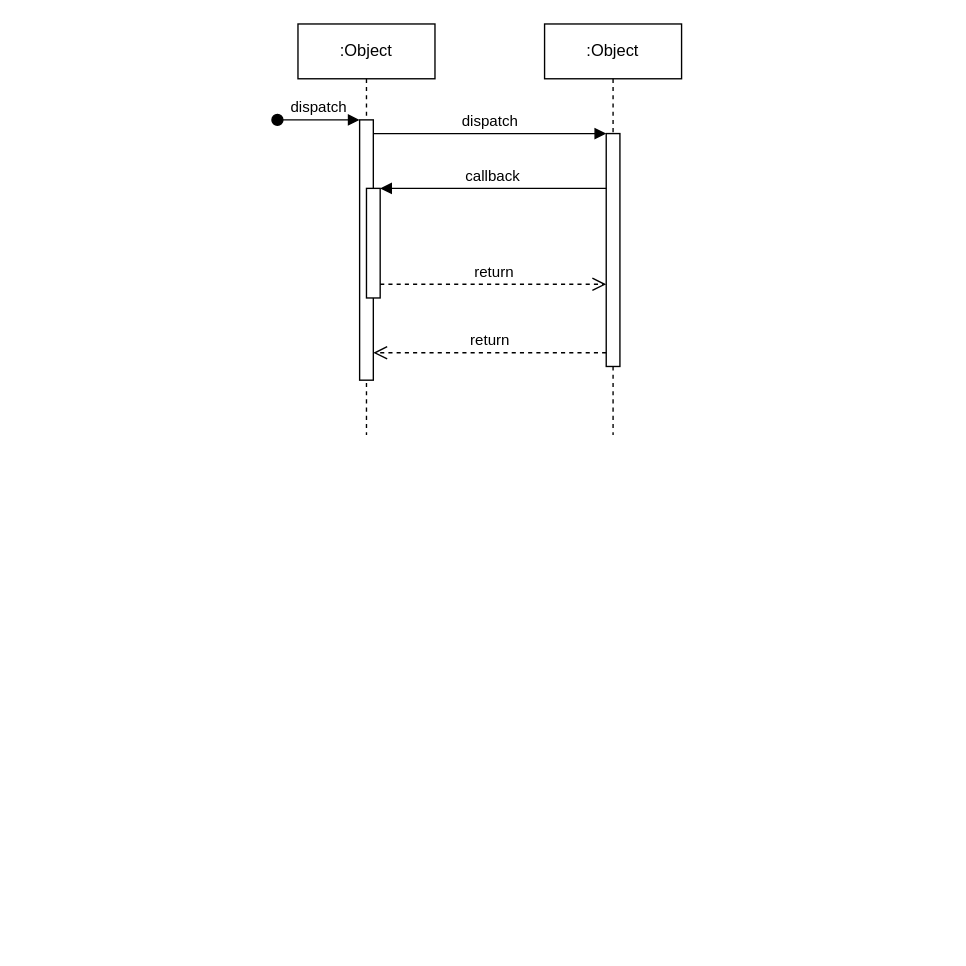
The draw.io diagram 未命名绘图.drawio in chenjiajiabianmi/drawio, before the edit. Source tidied: cells renumbered, new cells numbered last; positions are measured from the earlier drawing's top-left corner, leaving out a move shared by most shapes. Both pictures are drawn from the tidied source at 137%, with x=0, y=0 at pixel (277, 23).
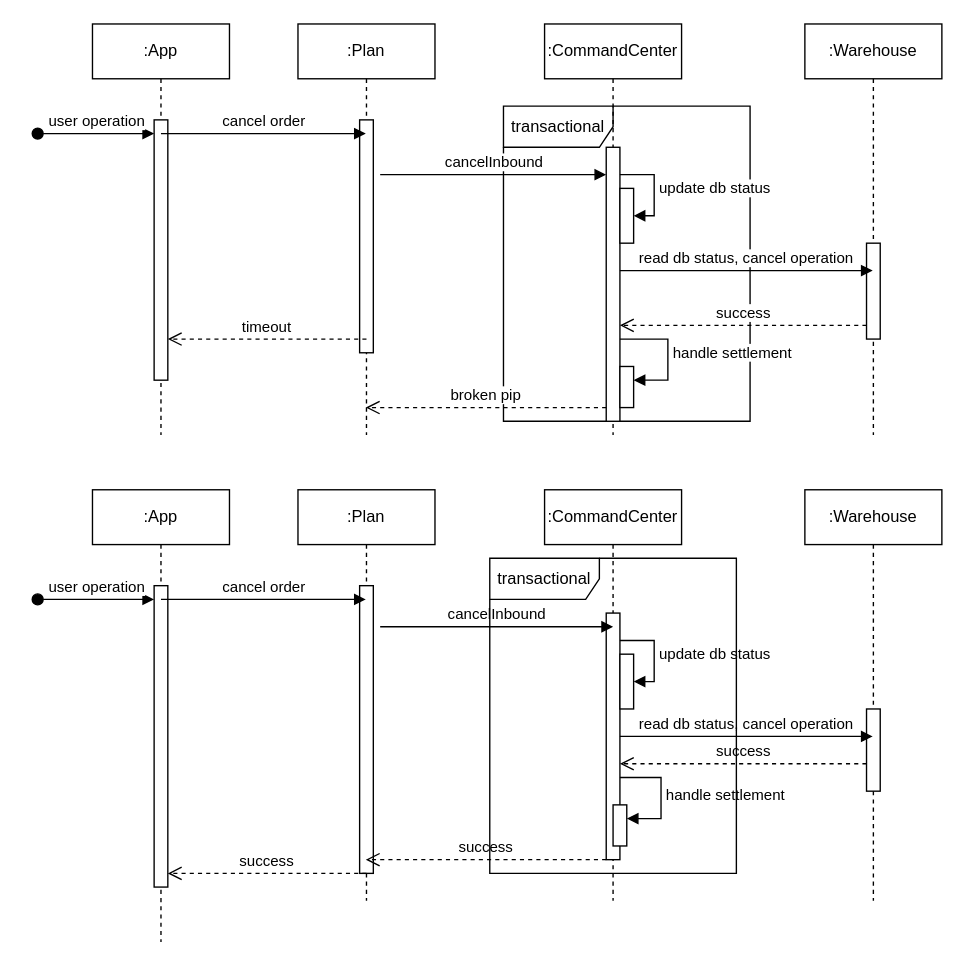
Above is the later version.

Change to the diagram source:
```diff
@@
+    <mxCell id="12" value="transactional" style="shape=umlFrame;whiteSpace=wrap;html=1;width=80;height=30;" parent="1" vertex="1">
+      <mxGeometry x="165" y="60" width="180" height="230" as="geometry" />
+    </mxCell>
-    <mxCell id="2" value=":Object" style="shape=umlLifeline;perimeter=lifelinePerimeter;whiteSpace=wrap;html=1;outlineConnect=0;portConstraint=eastwest;newEdgeStyle={&quot;edgeStyle&quot;:&quot;elbowEdgeStyle&quot;,&quot;elbow&quot;:&quot;vertical&quot;,&quot;curved&quot;:0,&quot;rounded&quot;:0};" parent="1" vertex="1">
+    <mxCell id="2" value=":Plan" style="shape=umlLifeline;perimeter=lifelinePerimeter;whiteSpace=wrap;html=1;outlineConnect=0;portConstraint=eastwest;newEdgeStyle={&quot;edgeStyle&quot;:&quot;elbowEdgeStyle&quot;,&quot;elbow&quot;:&quot;vertical&quot;,&quot;curved&quot;:0,&quot;rounded&quot;:0};" parent="1" vertex="1">
       <mxGeometry x="15" width="100" height="300" as="geometry" />
     </mxCell>
     <mxCell id="3" style="html=1;points=[];perimeter=orthogonalPerimeter;outlineConnect=0;targetShapes=umlLifeline;portConstraint=eastwest;newEdgeStyle={&quot;edgeStyle&quot;:&quot;elbowEdgeStyle&quot;,&quot;elbow&quot;:&quot;vertical&quot;,&quot;curved&quot;:0,&quot;rounded&quot;:0};" parent="2" vertex="1">
-      <mxGeometry x="45" y="70" width="10" height="190" as="geometry" />
+      <mxGeometry x="45" y="70" width="10" height="170" as="geometry" />
     </mxCell>
-    <mxCell id="4" value="dispatch" style="html=1;verticalAlign=bottom;startArrow=oval;endArrow=block;startSize=8;edgeStyle=elbowEdgeStyle;elbow=vertical;curved=0;rounded=0;" parent="2" edge="1" target="3">
-      <mxGeometry relative="1" as="geometry">
-        <mxPoint x="-15" y="70" as="sourcePoint" />
-      </mxGeometry>
-    </mxCell>
-    <mxCell id="5" style="html=1;points=[];perimeter=orthogonalPerimeter;outlineConnect=0;targetShapes=umlLifeline;portConstraint=eastwest;newEdgeStyle={&quot;edgeStyle&quot;:&quot;elbowEdgeStyle&quot;,&quot;elbow&quot;:&quot;vertical&quot;,&quot;curved&quot;:0,&quot;rounded&quot;:0};" parent="2" vertex="1">
-      <mxGeometry x="50" y="120" width="10" height="80" as="geometry" />
-    </mxCell>
-    <mxCell id="6" value=":Object" style="shape=umlLifeline;perimeter=lifelinePerimeter;whiteSpace=wrap;html=1;newEdgeStyle={&quot;edgeStyle&quot;:&quot;elbowEdgeStyle&quot;,&quot;elbow&quot;:&quot;vertical&quot;,&quot;curved&quot;:0,&quot;rounded&quot;:0};" parent="1" vertex="1">
+    <mxCell id="6" value=":CommandCenter" style="shape=umlLifeline;perimeter=lifelinePerimeter;whiteSpace=wrap;html=1;newEdgeStyle={&quot;edgeStyle&quot;:&quot;elbowEdgeStyle&quot;,&quot;elbow&quot;:&quot;vertical&quot;,&quot;curved&quot;:0,&quot;rounded&quot;:0};" parent="1" vertex="1">
       <mxGeometry x="195" width="100" height="300" as="geometry" />
     </mxCell>
     <mxCell id="7" style="html=1;points=[];perimeter=orthogonalPerimeter;outlineConnect=0;targetShapes=umlLifeline;portConstraint=eastwest;newEdgeStyle={&quot;edgeStyle&quot;:&quot;elbowEdgeStyle&quot;,&quot;elbow&quot;:&quot;vertical&quot;,&quot;curved&quot;:0,&quot;rounded&quot;:0};" parent="6" vertex="1">
-      <mxGeometry x="45" y="80" width="10" height="170" as="geometry" />
+      <mxGeometry x="45" y="90" width="10" height="200" as="geometry" />
     </mxCell>
+    <mxCell id="13" style="html=1;points=[[0,0,0,0,5],[0,1,0,0,-5],[1,0,0,0,5],[1,1,0,0,-5]];perimeter=orthogonalPerimeter;outlineConnect=0;targetShapes=umlLifeline;portConstraint=eastwest;newEdgeStyle={&quot;curved&quot;:0,&quot;rounded&quot;:0};" parent="6" vertex="1">
+      <mxGeometry x="55" y="120" width="10" height="40" as="geometry" />
+    </mxCell>
+    <mxCell id="14" value="update db status" style="html=1;align=left;spacingLeft=2;endArrow=block;rounded=0;edgeStyle=orthogonalEdgeStyle;curved=0;rounded=0;" parent="6" edge="1" source="7" target="13">
+      <mxGeometry relative="1" as="geometry">
+        <Array as="points">
+          <mxPoint x="80" y="110" />
+          <mxPoint x="80" y="140" />
+        </Array>
+      </mxGeometry>
+    </mxCell>
+    <mxCell id="15" style="html=1;points=[[0,0,0,0,5],[0,1,0,0,-5],[1,0,0,0,5],[1,1,0,0,-5]];perimeter=orthogonalPerimeter;outlineConnect=0;targetShapes=umlLifeline;portConstraint=eastwest;newEdgeStyle={&quot;curved&quot;:0,&quot;rounded&quot;:0};" parent="6" vertex="1">
+      <mxGeometry x="55" y="250" width="10" height="30" as="geometry" />
+    </mxCell>
+    <mxCell id="16" value="handle settlement" style="html=1;align=left;spacingLeft=2;endArrow=block;rounded=0;edgeStyle=orthogonalEdgeStyle;curved=0;rounded=0;" parent="6" edge="1" source="7" target="15">
+      <mxGeometry relative="1" as="geometry">
+        <Array as="points">
+          <mxPoint x="90" y="230" />
+          <mxPoint x="90" y="260" />
+        </Array>
+      </mxGeometry>
+    </mxCell>
-    <mxCell id="8" value="dispatch" style="html=1;verticalAlign=bottom;endArrow=block;edgeStyle=elbowEdgeStyle;elbow=vertical;curved=0;rounded=0;" parent="1" edge="1" source="3" target="7">
+    <mxCell id="8" value="cancelInbound" style="html=1;verticalAlign=bottom;endArrow=block;edgeStyle=elbowEdgeStyle;elbow=horizontal;curved=0;rounded=0;" parent="1" edge="1" target="7">
       <mxGeometry relative="1" as="geometry">
+        <mxPoint x="75" y="110" as="sourcePoint" />
         <Array as="points">
-          <mxPoint x="155" y="80" />
+          <mxPoint x="150" y="110" />
         </Array>
       </mxGeometry>
     </mxCell>
-    <mxCell id="9" value="return" style="html=1;verticalAlign=bottom;endArrow=open;dashed=1;endSize=8;edgeStyle=elbowEdgeStyle;elbow=vertical;curved=0;rounded=0;" parent="1" edge="1" source="7" target="3">
-      <mxGeometry relative="1" as="geometry">
-        <Array as="points">
-          <mxPoint x="165" y="240" />
-        </Array>
-      </mxGeometry>
-    </mxCell>
-    <mxCell id="10" value="callback" style="html=1;verticalAlign=bottom;endArrow=block;edgeStyle=elbowEdgeStyle;elbow=vertical;curved=0;rounded=0;" parent="1" edge="1" source="7" target="5">
-      <mxGeometry relative="1" as="geometry">
-        <Array as="points">
-          <mxPoint x="165" y="120" />
-        </Array>
-      </mxGeometry>
-    </mxCell>
-    <mxCell id="11" value="return" style="html=1;verticalAlign=bottom;endArrow=open;dashed=1;endSize=8;edgeStyle=elbowEdgeStyle;elbow=vertical;curved=0;rounded=0;" parent="1" edge="1" source="5" target="7">
-      <mxGeometry relative="1" as="geometry">
-        <Array as="points">
-          <mxPoint x="155" y="190" />
-        </Array>
-      </mxGeometry>
-    </mxCell>
+    <mxCell id="17" value=":Warehouse" style="shape=umlLifeline;perimeter=lifelinePerimeter;whiteSpace=wrap;html=1;newEdgeStyle={&quot;edgeStyle&quot;:&quot;elbowEdgeStyle&quot;,&quot;elbow&quot;:&quot;vertical&quot;,&quot;curved&quot;:0,&quot;rounded&quot;:0};" parent="1" vertex="1">
+      <mxGeometry x="385" width="100" height="300" as="geometry" />
+    </mxCell>
+    <mxCell id="18" style="html=1;perimeter=orthogonalPerimeter;targetShapes=umlLifeline;newEdgeStyle={&quot;edgeStyle&quot;:&quot;elbowEdgeStyle&quot;,&quot;elbow&quot;:&quot;vertical&quot;,&quot;curved&quot;:0,&quot;rounded&quot;:0};" parent="17" vertex="1">
+      <mxGeometry x="45" y="160" width="10" height="70" as="geometry" />
+    </mxCell>
+    <mxCell id="19" value="read db status, cancel operation" style="html=1;verticalAlign=bottom;endArrow=block;curved=0;rounded=0;" parent="1" edge="1">
+      <mxGeometry relative="1" as="geometry">
+        <mxPoint x="250" y="180" as="sourcePoint" />
+        <mxPoint x="434.5" y="180" as="targetPoint" />
+      </mxGeometry>
+    </mxCell>
+    <mxCell id="20" value="success" style="html=1;verticalAlign=bottom;endArrow=open;dashed=1;endSize=8;curved=0;rounded=0;" parent="1" edge="1">
+      <mxGeometry relative="1" as="geometry">
+        <mxPoint x="430" y="220" as="sourcePoint" />
+        <mxPoint x="250" y="220" as="targetPoint" />
+      </mxGeometry>
+    </mxCell>
+    <mxCell id="21" value="timeout" style="html=1;verticalAlign=bottom;endArrow=open;dashed=1;endSize=8;curved=0;rounded=0;" parent="1" edge="1" target="23">
+      <mxGeometry relative="1" as="geometry">
+        <mxPoint x="65" y="230" as="sourcePoint" />
+      </mxGeometry>
+    </mxCell>
+    <mxCell id="22" value=":App" style="shape=umlLifeline;perimeter=lifelinePerimeter;whiteSpace=wrap;html=1;newEdgeStyle={&quot;edgeStyle&quot;:&quot;elbowEdgeStyle&quot;,&quot;elbow&quot;:&quot;vertical&quot;,&quot;curved&quot;:0,&quot;rounded&quot;:0};" parent="1" vertex="1">
+      <mxGeometry x="-135" width="100" height="300" as="geometry" />
+    </mxCell>
+    <mxCell id="23" style="html=1;points=[];perimeter=orthogonalPerimeter;outlineConnect=0;targetShapes=umlLifeline;portConstraint=eastwest;newEdgeStyle={&quot;edgeStyle&quot;:&quot;elbowEdgeStyle&quot;,&quot;elbow&quot;:&quot;vertical&quot;,&quot;curved&quot;:0,&quot;rounded&quot;:0};" parent="22" vertex="1">
+      <mxGeometry x="45" y="70" width="10" height="190" as="geometry" />
+    </mxCell>
+    <mxCell id="24" value="user operation" style="html=1;verticalAlign=bottom;startArrow=oval;endArrow=block;startSize=8;edgeStyle=elbowEdgeStyle;elbow=vertical;curved=0;rounded=0;" parent="22" edge="1" target="23">
+      <mxGeometry relative="1" as="geometry">
+        <mxPoint x="-40" y="80" as="sourcePoint" />
+        <Array as="points">
+          <mxPoint x="20" y="80" />
+        </Array>
+      </mxGeometry>
+    </mxCell>
+    <mxCell id="25" value="cancel order" style="html=1;verticalAlign=bottom;endArrow=block;curved=0;rounded=0;" parent="1" edge="1" target="2">
+      <mxGeometry relative="1" as="geometry">
+        <mxPoint x="-85" y="80" as="sourcePoint" />
+      </mxGeometry>
+    </mxCell>
+    <mxCell id="26" value="broken pip" style="html=1;verticalAlign=bottom;endArrow=open;dashed=1;endSize=8;curved=0;rounded=0;" parent="1" edge="1">
+      <mxGeometry relative="1" as="geometry">
+        <mxPoint x="240" y="280" as="sourcePoint" />
+        <mxPoint x="64.5" y="280" as="targetPoint" />
+      </mxGeometry>
+    </mxCell>
+    <mxCell id="27" value=":Plan" style="shape=umlLifeline;perimeter=lifelinePerimeter;whiteSpace=wrap;html=1;outlineConnect=0;portConstraint=eastwest;newEdgeStyle={&quot;edgeStyle&quot;:&quot;elbowEdgeStyle&quot;,&quot;elbow&quot;:&quot;vertical&quot;,&quot;curved&quot;:0,&quot;rounded&quot;:0};" parent="1" vertex="1">
+      <mxGeometry x="15" y="340" width="100" height="300" as="geometry" />
+    </mxCell>
+    <mxCell id="28" style="html=1;perimeter=orthogonalPerimeter;targetShapes=umlLifeline;newEdgeStyle={&quot;edgeStyle&quot;:&quot;elbowEdgeStyle&quot;,&quot;elbow&quot;:&quot;vertical&quot;,&quot;curved&quot;:0,&quot;rounded&quot;:0};" parent="27" vertex="1">
+      <mxGeometry x="45" y="70" width="10" height="210" as="geometry" />
+    </mxCell>
+    <mxCell id="29" value=":CommandCenter" style="shape=umlLifeline;perimeter=lifelinePerimeter;whiteSpace=wrap;html=1;newEdgeStyle={&quot;edgeStyle&quot;:&quot;elbowEdgeStyle&quot;,&quot;elbow&quot;:&quot;vertical&quot;,&quot;curved&quot;:0,&quot;rounded&quot;:0};" parent="1" vertex="1">
+      <mxGeometry x="195" y="340" width="100" height="300" as="geometry" />
+    </mxCell>
+    <mxCell id="30" style="html=1;points=[];perimeter=orthogonalPerimeter;outlineConnect=0;targetShapes=umlLifeline;portConstraint=eastwest;newEdgeStyle={&quot;edgeStyle&quot;:&quot;elbowEdgeStyle&quot;,&quot;elbow&quot;:&quot;vertical&quot;,&quot;curved&quot;:0,&quot;rounded&quot;:0};" parent="29" vertex="1">
+      <mxGeometry x="45" y="90" width="10" height="180" as="geometry" />
+    </mxCell>
+    <mxCell id="31" style="html=1;points=[[0,0,0,0,5],[0,1,0,0,-5],[1,0,0,0,5],[1,1,0,0,-5]];perimeter=orthogonalPerimeter;outlineConnect=0;targetShapes=umlLifeline;portConstraint=eastwest;newEdgeStyle={&quot;curved&quot;:0,&quot;rounded&quot;:0};" parent="29" vertex="1">
+      <mxGeometry x="55" y="120" width="10" height="40" as="geometry" />
+    </mxCell>
+    <mxCell id="32" value="update db status" style="html=1;align=left;spacingLeft=2;endArrow=block;rounded=0;edgeStyle=orthogonalEdgeStyle;curved=0;rounded=0;" parent="29" edge="1" source="30" target="31">
+      <mxGeometry relative="1" as="geometry">
+        <Array as="points">
+          <mxPoint x="80" y="110" />
+          <mxPoint x="80" y="140" />
+        </Array>
+      </mxGeometry>
+    </mxCell>
+    <mxCell id="33" style="html=1;points=[[0,0,0,0,5],[0,1,0,0,-5],[1,0,0,0,5],[1,1,0,0,-5]];perimeter=orthogonalPerimeter;outlineConnect=0;targetShapes=umlLifeline;portConstraint=eastwest;newEdgeStyle={&quot;curved&quot;:0,&quot;rounded&quot;:0};" parent="29" vertex="1">
+      <mxGeometry x="50" y="230" width="10" height="30" as="geometry" />
+    </mxCell>
+    <mxCell id="34" value="handle settlement" style="html=1;align=left;spacingLeft=2;endArrow=block;rounded=0;edgeStyle=orthogonalEdgeStyle;curved=0;rounded=0;" parent="29" edge="1" target="33">
+      <mxGeometry relative="1" as="geometry">
+        <mxPoint x="55" y="210" as="sourcePoint" />
+        <Array as="points">
+          <mxPoint x="85" y="210" />
+          <mxPoint x="85" y="240" />
+        </Array>
+      </mxGeometry>
+    </mxCell>
+    <mxCell id="35" value="cancelInbound" style="html=1;verticalAlign=bottom;endArrow=block;edgeStyle=elbowEdgeStyle;elbow=horizontal;curved=0;rounded=0;" parent="1" edge="1">
+      <mxGeometry relative="1" as="geometry">
+        <mxPoint x="75" y="440" as="sourcePoint" />
+        <mxPoint x="245" y="440" as="targetPoint" />
+        <Array as="points">
+          <mxPoint x="160" y="440" />
+        </Array>
+      </mxGeometry>
+    </mxCell>
+    <mxCell id="36" value=":Warehouse" style="shape=umlLifeline;perimeter=lifelinePerimeter;whiteSpace=wrap;html=1;newEdgeStyle={&quot;edgeStyle&quot;:&quot;elbowEdgeStyle&quot;,&quot;elbow&quot;:&quot;vertical&quot;,&quot;curved&quot;:0,&quot;rounded&quot;:0};" parent="1" vertex="1">
+      <mxGeometry x="385" y="340" width="100" height="300" as="geometry" />
+    </mxCell>
+    <mxCell id="37" style="html=1;perimeter=orthogonalPerimeter;targetShapes=umlLifeline;newEdgeStyle={&quot;edgeStyle&quot;:&quot;elbowEdgeStyle&quot;,&quot;elbow&quot;:&quot;vertical&quot;,&quot;curved&quot;:0,&quot;rounded&quot;:0};" parent="36" vertex="1">
+      <mxGeometry x="45" y="160" width="10" height="60" as="geometry" />
+    </mxCell>
+    <mxCell id="38" value="read db status, cancel operation" style="html=1;verticalAlign=bottom;endArrow=block;curved=0;rounded=0;" parent="1" edge="1">
+      <mxGeometry relative="1" as="geometry">
+        <mxPoint x="250" y="520" as="sourcePoint" />
+        <mxPoint x="434.5" y="520" as="targetPoint" />
+      </mxGeometry>
+    </mxCell>
+    <mxCell id="39" value="success" style="html=1;verticalAlign=bottom;endArrow=open;dashed=1;endSize=8;curved=0;rounded=0;" parent="1" edge="1">
+      <mxGeometry relative="1" as="geometry">
+        <mxPoint x="430" y="540" as="sourcePoint" />
+        <mxPoint x="250" y="540" as="targetPoint" />
+      </mxGeometry>
+    </mxCell>
+    <mxCell id="40" value="success" style="html=1;verticalAlign=bottom;endArrow=open;dashed=1;endSize=8;curved=0;rounded=0;" parent="1" edge="1">
+      <mxGeometry relative="1" as="geometry">
+        <mxPoint x="65" y="620" as="sourcePoint" />
+        <mxPoint x="-80" y="620" as="targetPoint" />
+      </mxGeometry>
+    </mxCell>
+    <mxCell id="41" value=":App" style="shape=umlLifeline;perimeter=lifelinePerimeter;whiteSpace=wrap;html=1;newEdgeStyle={&quot;edgeStyle&quot;:&quot;elbowEdgeStyle&quot;,&quot;elbow&quot;:&quot;vertical&quot;,&quot;curved&quot;:0,&quot;rounded&quot;:0};" parent="1" vertex="1">
+      <mxGeometry x="-135" y="340" width="100" height="330" as="geometry" />
+    </mxCell>
+    <mxCell id="42" style="html=1;points=[];perimeter=orthogonalPerimeter;outlineConnect=0;targetShapes=umlLifeline;portConstraint=eastwest;newEdgeStyle={&quot;edgeStyle&quot;:&quot;elbowEdgeStyle&quot;,&quot;elbow&quot;:&quot;vertical&quot;,&quot;curved&quot;:0,&quot;rounded&quot;:0};" parent="41" vertex="1">
+      <mxGeometry x="45" y="70" width="10" height="220" as="geometry" />
+    </mxCell>
+    <mxCell id="43" value="user operation" style="html=1;verticalAlign=bottom;startArrow=oval;endArrow=block;startSize=8;edgeStyle=elbowEdgeStyle;elbow=vertical;curved=0;rounded=0;" parent="41" edge="1" target="42">
+      <mxGeometry relative="1" as="geometry">
+        <mxPoint x="-40" y="80" as="sourcePoint" />
+        <Array as="points">
+          <mxPoint x="20" y="80" />
+        </Array>
+      </mxGeometry>
+    </mxCell>
+    <mxCell id="44" value="cancel order" style="html=1;verticalAlign=bottom;endArrow=block;curved=0;rounded=0;" parent="1" edge="1" target="27">
+      <mxGeometry relative="1" as="geometry">
+        <mxPoint x="-85" y="420" as="sourcePoint" />
+      </mxGeometry>
+    </mxCell>
+    <mxCell id="45" value="success" style="html=1;verticalAlign=bottom;endArrow=open;dashed=1;endSize=8;curved=0;rounded=0;" parent="1" edge="1">
+      <mxGeometry relative="1" as="geometry">
+        <mxPoint x="240" y="610" as="sourcePoint" />
+        <mxPoint x="64.5" y="610" as="targetPoint" />
+      </mxGeometry>
+    </mxCell>
+    <mxCell id="46" value="transactional" style="shape=umlFrame;whiteSpace=wrap;html=1;width=80;height=30;" parent="1" vertex="1">
+      <mxGeometry x="155" y="390" width="180" height="230" as="geometry" />
+    </mxCell>
```
